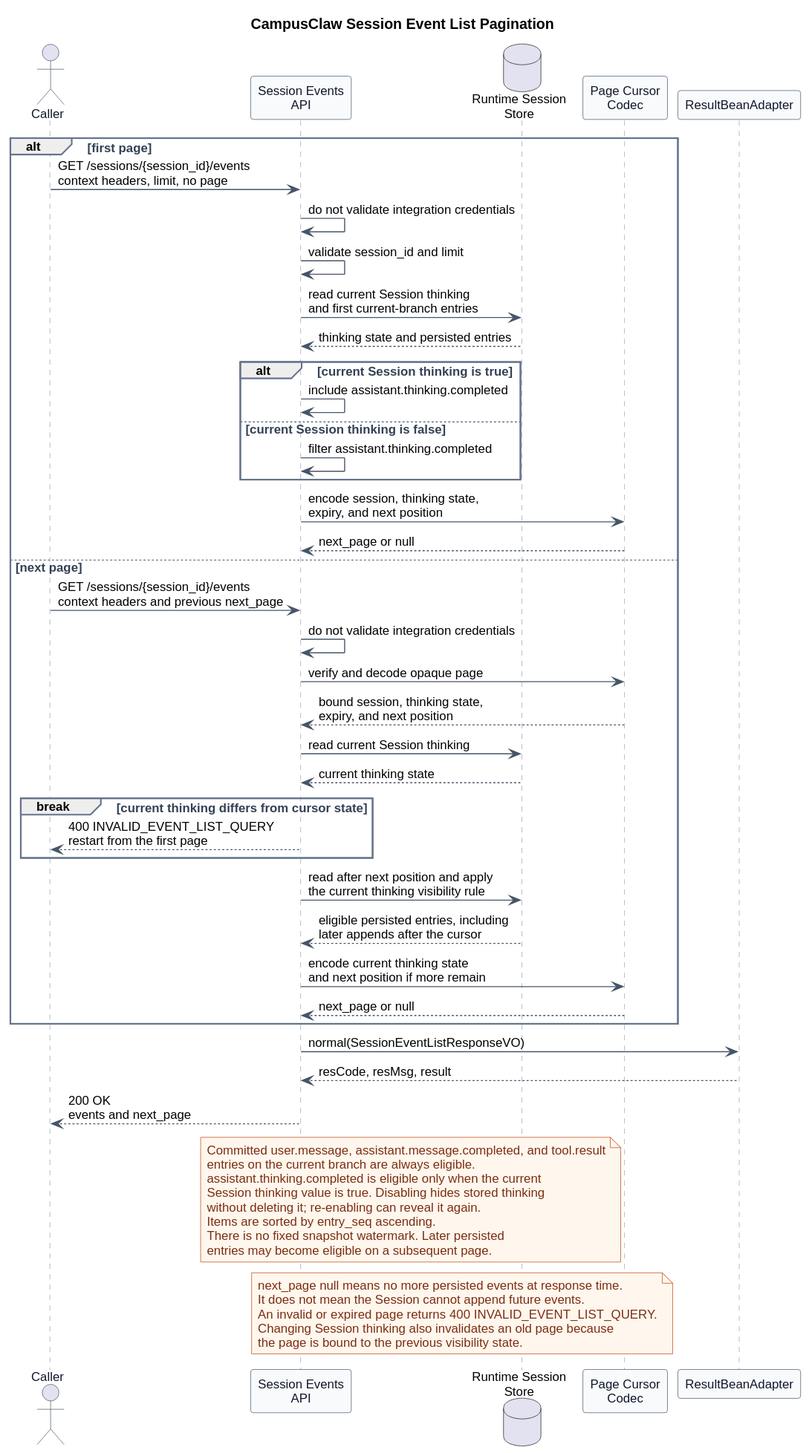
This is pi-mono-java-manager-driven-multi-agent-runtime/diagrams/session-events/http_session_event_list.svg from ssm0808/pi-mono-java-design, a PlantUML export, as it was before one commit.
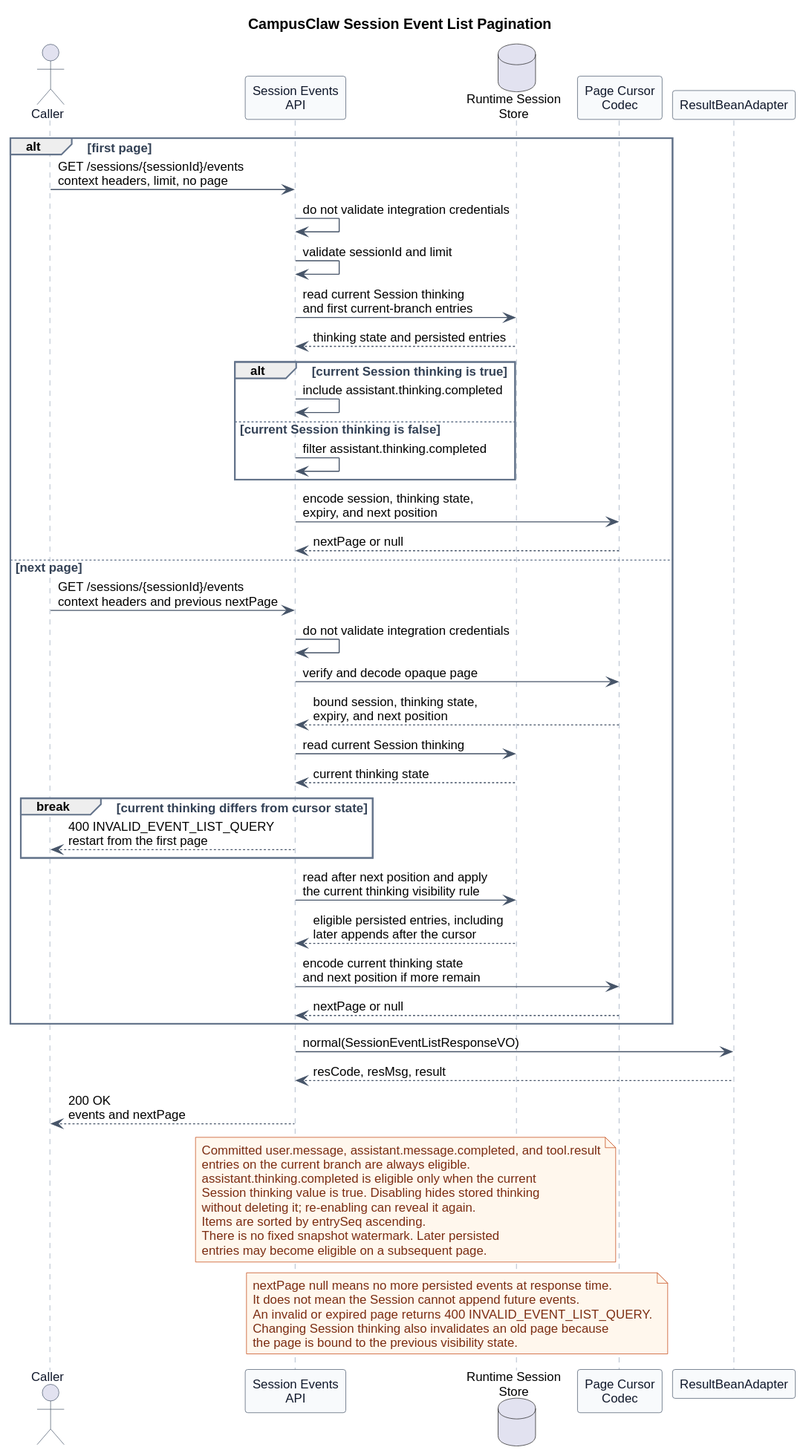
The same diagram one commit later.

What changed in the source:
```diff
@@ -31,9 +31,9 @@
 participant ResultBeanAdapter
 
 alt first page
-  Caller -> API : GET /sessions/{session_id}/events\ncontext headers, limit, no page
+  Caller -> API : GET /sessions/{sessionId}/events\ncontext headers, limit, no page
   API -> API : do not validate integration credentials
-  API -> API : validate session_id and limit
+  API -> API : validate sessionId and limit
   API -> Store : read current Session thinking\nand first current-branch entries
   Store --> API : thinking state and persisted entries
   alt current Session thinking is true
@@ -42,9 +42,9 @@
     API -> API : filter assistant.thinking.completed
   end
   API -> Cursor : encode session, thinking state,\nexpiry, and next position
-  Cursor --> API : next_page or null
+  Cursor --> API : nextPage or null
 else next page
-  Caller -> API : GET /sessions/{session_id}/events\ncontext headers and previous next_page
+  Caller -> API : GET /sessions/{sessionId}/events\ncontext headers and previous nextPage
   API -> API : do not validate integration credentials
   API -> Cursor : verify and decode opaque page
   Cursor --> API : bound session, thinking state,\nexpiry, and next position
@@ -56,12 +56,12 @@
   API -> Store : read after next position and apply\nthe current thinking visibility rule
   Store --> API : eligible persisted entries, including\nlater appends after the cursor
   API -> Cursor : encode current thinking state\nand next position if more remain
-  Cursor --> API : next_page or null
+  Cursor --> API : nextPage or null
 end
 
 API -> ResultBeanAdapter : normal(SessionEventListResponseVO)
 ResultBeanAdapter --> API : resCode, resMsg, result
-API --> Caller : 200 OK\nevents and next_page
+API --> Caller : 200 OK\nevents and nextPage
 
 note over API,Store
 Committed user.message, assistant.message.completed, and tool.result
@@ -69,13 +69,13 @@
 assistant.thinking.completed is eligible only when the current
 Session thinking value is true. Disabling hides stored thinking
 without deleting it; re-enabling can reveal it again.
-Items are sorted by entry_seq ascending.
+Items are sorted by entrySeq ascending.
 There is no fixed snapshot watermark. Later persisted
 entries may become eligible on a subsequent page.
 end note
 
 note over API,Cursor
-next_page null means no more persisted events at response time.
+nextPage null means no more persisted events at response time.
 It does not mean the Session cannot append future events.
 An invalid or expired page returns 400 INVALID_EVENT_LIST_QUERY.
 Changing Session thinking also invalidates an old page because
```
